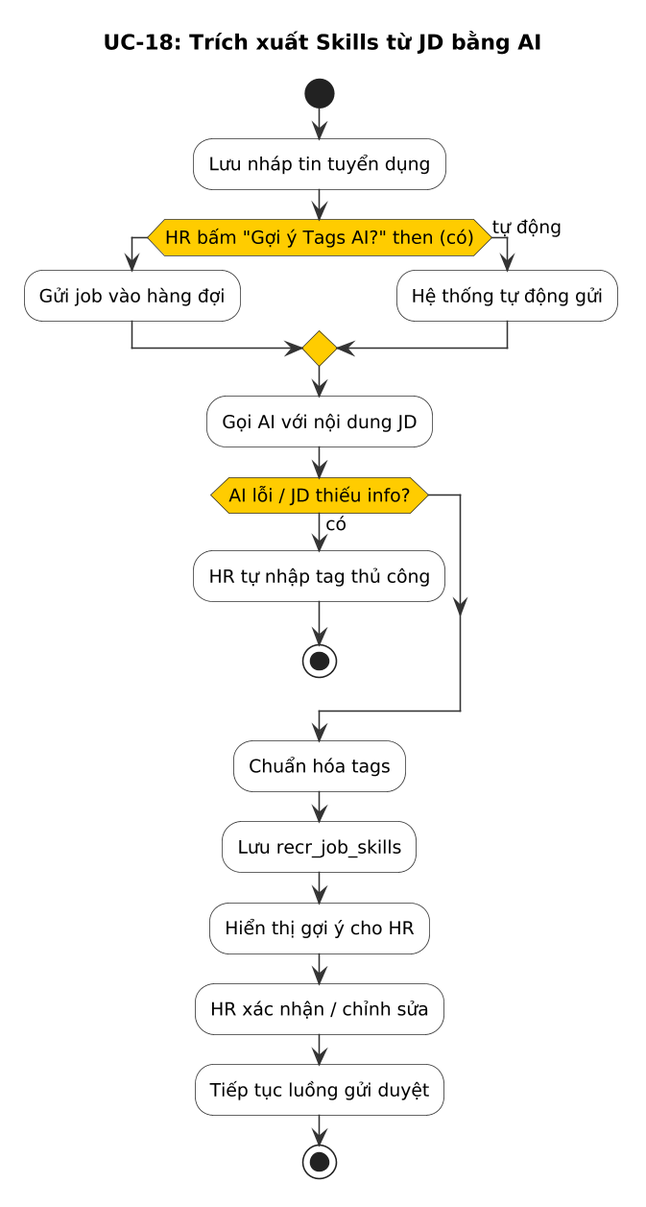
namnh240795/document keeps this PlantUML diagram as modules/dist/recr/images/activity/uc18-jd-skill-extraction-activity.png. Above is the earlier version.
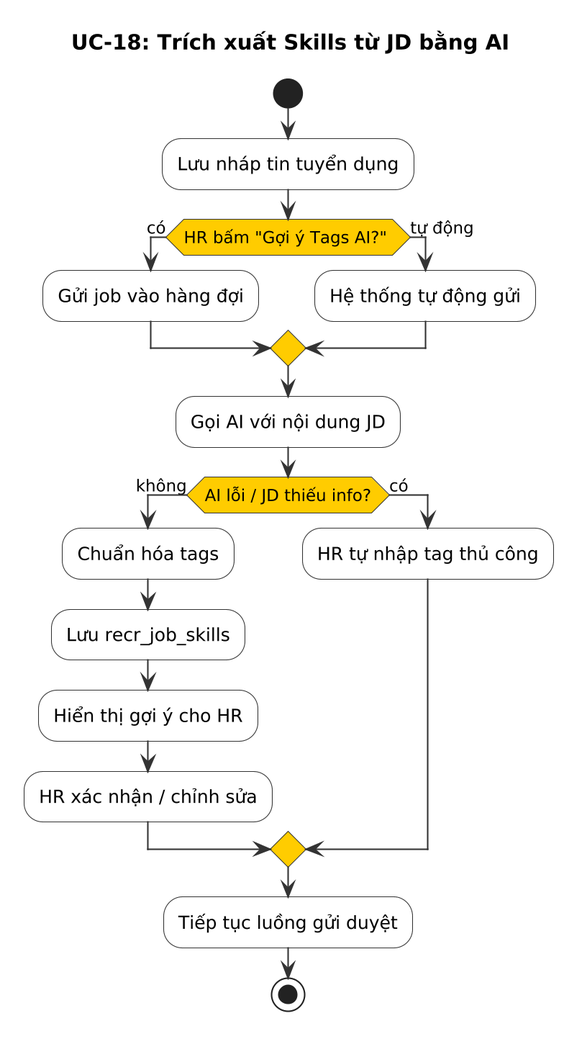
After the commit.

The edit, as a diff of the source:
```diff
@@ -1,8 +1,5 @@
 @startuml
-skinparam dpi 150
-skinparam defaultFontSize 12
-skinparam nodesep 15
-skinparam ranksep 15
+skinparam dpi 200
 skinparam activity {
   BackgroundColor #F8F8F8
   BorderColor #333333
@@ -17,7 +14,7 @@
 
 :Lưu nháp tin tuyển dụng;
 
-if (HR bấm "Gợi ý Tags AI?" then (có))
+if (HR bấm "Gợi ý Tags AI?" ) then (có)
   :Gửi job vào hàng đợi;
 else (tự động)
   :Hệ thống tự động gửi;
@@ -25,18 +22,14 @@
 
 :Gọi AI với nội dung JD;
 
-if (AI lỗi / JD thiếu info?) then (có)
+if (AI lỗi / JD thiếu info?) then (không)
+  :Chuẩn hóa tags;
+  :Lưu recr_job_skills;
+  :Hiển thị gợi ý cho HR;
+  :HR xác nhận / chỉnh sửa;
+else (có)
   :HR tự nhập tag thủ công;
-  stop
 endif
-
-:Chuẩn hóa tags;
-
-:Lưu recr_job_skills;
-
-:Hiển thị gợi ý cho HR;
-
-:HR xác nhận / chỉnh sửa;
 
 :Tiếp tục luồng gửi duyệt;
 
```
